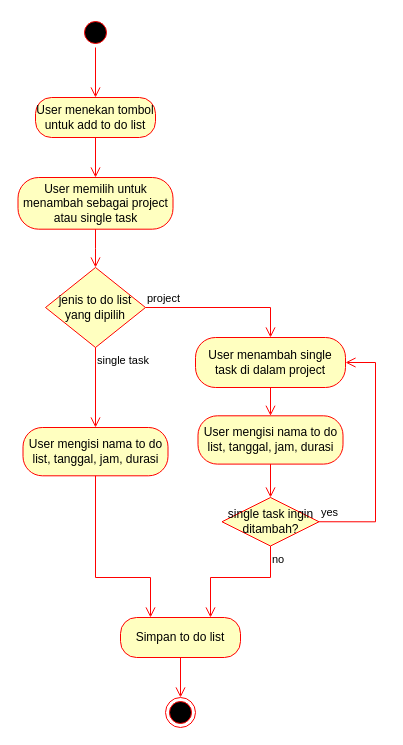
Before: page "Add to do list" (6 of 8) of Molitio.drawio in jearsevan101/Molitio, a draw.io diagram. Source tidied: cells renumbered, new cells numbered last; positions are measured from the earlier drawing's top-left corner, leaving out a move shared by most shapes. Both pictures are drawn from the tidied source at 100%, with x=0, y=0 at pixel (17, 17).
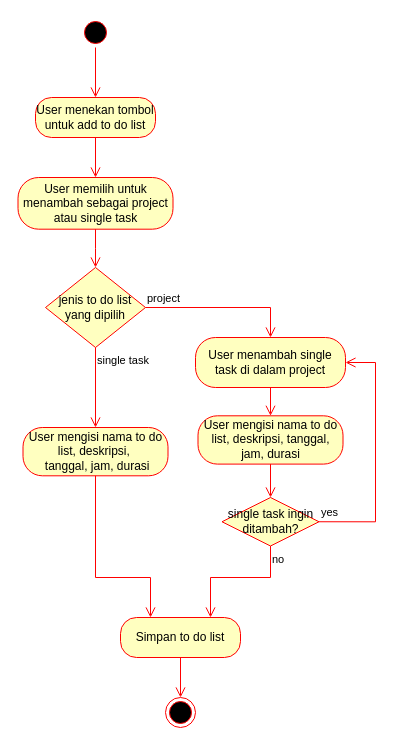
After the change.

What changed in the source:
```diff
@@
-    <mxCell id="6" value="User mengisi nama to do list, tanggal, jam, durasi" style="rounded=1;whiteSpace=wrap;html=1;arcSize=40;fontColor=#000000;fillColor=#ffffc0;strokeColor=#ff0000;" parent="1" vertex="1">
+    <mxCell id="6" value="User mengisi nama to do list, deskripsi,&amp;nbsp;&lt;br&gt;&amp;nbsp;tanggal, jam, durasi" style="rounded=1;whiteSpace=wrap;html=1;arcSize=40;fontColor=#000000;fillColor=#ffffc0;strokeColor=#ff0000;" parent="1" vertex="1">
       <mxGeometry x="5.5" y="410" width="145" height="48.3" as="geometry" />
     </mxCell>
@@
-    <mxCell id="14" value="User mengisi nama to do list, tanggal, jam, durasi" style="rounded=1;whiteSpace=wrap;html=1;arcSize=40;fontColor=#000000;fillColor=#ffffc0;strokeColor=#ff0000;" parent="1" vertex="1">
+    <mxCell id="14" value="User mengisi nama to do list, deskripsi, tanggal, jam, durasi" style="rounded=1;whiteSpace=wrap;html=1;arcSize=40;fontColor=#000000;fillColor=#ffffc0;strokeColor=#ff0000;" parent="1" vertex="1">
       <mxGeometry x="180.5" y="398.3" width="145" height="48.3" as="geometry" />
     </mxCell>
```
